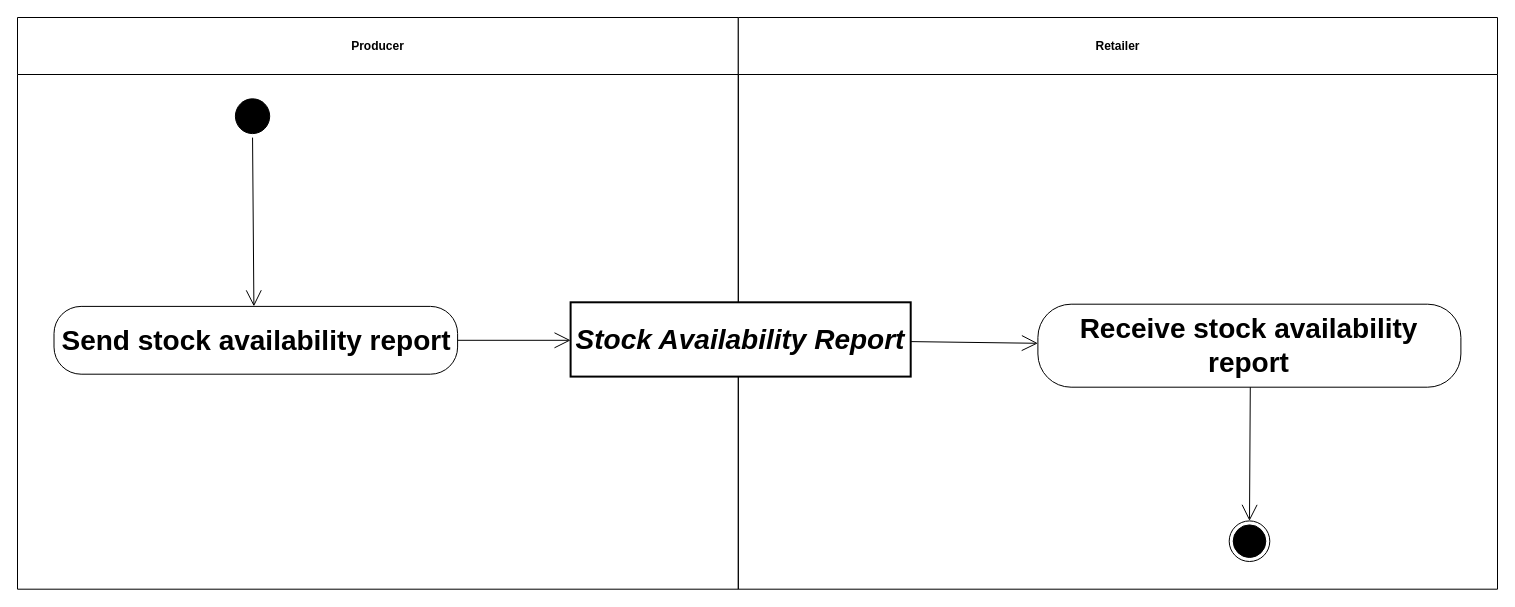
kduvekot/ubl-work-on-svg-images keeps this draw.io diagram as diagrams/UBL-2.2-ROCD-ArticleAvailability/UBL-2.2-ROCD-ArticleAvailability.drawio. Above is the earlier version. Source tidied: cells renumbered, new cells numbered last; positions are measured from the earlier drawing's top-left corner, leaving out a move shared by most shapes. Both pictures are drawn from the tidied source at 100%, with x=0, y=0 at pixel (17, 17).
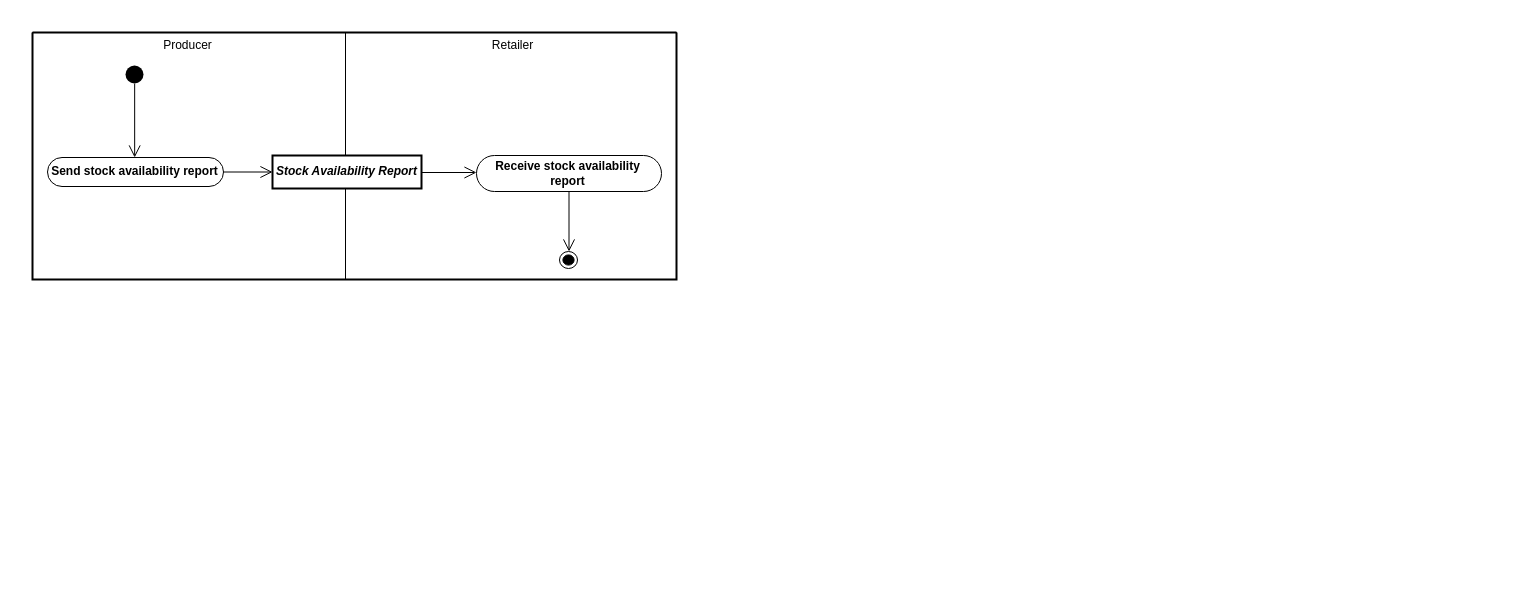
The same page after the edit.

The edit, as a diff of the source:
```diff
@@
 <mxGraphModel>
   <root>
     <mxCell id="0" />
     <mxCell id="1" parent="0" />
+    <mxCell id="13" style="swimlane;html=1;startSize=0;whiteSpace=wrap;fillColor=none;strokeWidth=2;" parent="1" vertex="1">
+      <mxGeometry x="15" y="15" width="644" height="247" as="geometry" />
+    </mxCell>
-    <mxCell id="2" value="Producer" style="swimlane;whiteSpace=wrap;html=1;startSize=57;" parent="1" vertex="1">
-      <mxGeometry width="720.8" height="571.7" as="geometry" />
+    <mxCell id="2" value="Producer" style="swimlane;horizontal=1;startSize=26;swimlaneLine=0;html=1;fillColor=none;fontSize=12;fontStyle=0;spacing=0;spacingRight=4;" parent="13" vertex="1">
+      <mxGeometry width="313" height="247" as="geometry" />
     </mxCell>
-    <mxCell id="3" value="Retailer" style="swimlane;whiteSpace=wrap;html=1;startSize=57;" parent="1" vertex="1">
-      <mxGeometry x="720.8" width="759.2" height="571.7" as="geometry" />
+    <mxCell id="3" value="Retailer" style="swimlane;horizontal=1;startSize=25;swimlaneLine=0;html=1;fillColor=none;fontSize=12;fontStyle=0;spacing=0;spacingLeft=2;" parent="13" vertex="1">
+      <mxGeometry x="313" width="331" height="247" as="geometry" />
     </mxCell>
-    <mxCell id="4" style="ellipse;html=1;shape=startState;fillColor=#000000;strokeColor=#000000;fontFamily=Helvetica;fontSize=28;" parent="1" vertex="1">
-      <mxGeometry x="213.9" y="77.3" width="42.3" height="42.8" as="geometry" />
+    <mxCell id="4" style="ellipse;shape=startState;fillColor=#000000;strokeColor=none;html=1;" parent="2" vertex="1">
+      <mxGeometry x="89" y="29" width="26" height="26" as="geometry" />
     </mxCell>
-    <mxCell id="5" value="Stock Availability Report" style="rounded=0;whiteSpace=wrap;html=1;fontStyle=3;strokeWidth=2;fontFamily=Helvetica;fontSize=28;" parent="1" vertex="1">
-      <mxGeometry x="553.1" y="284.8" width="340.1" height="74.3" as="geometry" />
+    <mxCell id="5" value="Stock Availability Report" style="rounded=0;html=1;whiteSpace=nowrap;fontSize=12;fontStyle=3;align=center;verticalAlign=middle;spacing=0;spacingRight=1;spacingBottom=1;strokeWidth=2;" parent="3" vertex="1">
+      <mxGeometry x="-73" y="123" width="149" height="33" as="geometry" />
     </mxCell>
-    <mxCell id="6" value="Receive stock availability report" style="rounded=1;arcSize=40;whiteSpace=wrap;html=1;fontStyle=1;fontFamily=Helvetica;fontSize=28;" parent="1" vertex="1">
-      <mxGeometry x="1020.4" y="286.7" width="423" height="83" as="geometry" />
+    <mxCell id="6" value="Receive stock availability&lt;br&gt;report" style="rounded=1;absoluteArcSize=1;arcSize=37;html=1;whiteSpace=nowrap;fontSize=12;fontStyle=1;align=center;verticalAlign=middle;spacing=0;spacingRight=3;spacingBottom=1;" parent="3" vertex="1">
+      <mxGeometry x="131" y="123" width="185" height="36" as="geometry" />
     </mxCell>
-    <mxCell id="7" value="Send stock availability report" style="rounded=1;arcSize=40;whiteSpace=wrap;html=1;fontStyle=1;fontFamily=Helvetica;fontSize=28;" parent="1" vertex="1">
-      <mxGeometry x="36.5" y="288.9" width="403.6" height="67.8" as="geometry" />
+    <mxCell id="7" value="Send stock availability report" style="rounded=1;absoluteArcSize=1;arcSize=32;html=1;whiteSpace=nowrap;fontSize=12;fontStyle=1;align=center;verticalAlign=middle;spacing=0;spacingRight=2;spacingBottom=1;" parent="2" vertex="1">
+      <mxGeometry x="15" y="125" width="176" height="29" as="geometry" />
     </mxCell>
-    <mxCell id="8" style="ellipse;html=1;shape=endState;fillColor=#000000;strokeColor=#000000;fontFamily=Helvetica;fontSize=28;" parent="1" vertex="1">
-      <mxGeometry x="1211.7" y="503.4" width="40.6" height="40.6" as="geometry" />
+    <mxCell id="8" style="ellipse;shape=endState;fillColor=#000000;html=1;" parent="3" vertex="1">
+      <mxGeometry x="214" y="219" width="18" height="17" as="geometry" />
     </mxCell>
-    <mxCell id="9" style="edgeStyle=none;rounded=0;html=1;endArrow=open;endFill=0;endSize=14;exitX=0.5106;exitY=1.0;entryX=0.4953;entryY=0.0;" parent="1" edge="1" source="4" target="7">
+    <mxCell id="9" style="edgeStyle=none;rounded=0;html=1;endArrow=open;endFill=0;endSize=10;exitPerimeter=0;entryX=0.4952;entryY=0;entryPerimeter=0;exitX=0.505969;exitY=0.8502;" parent="2" edge="1" source="4" target="7">
       <mxGeometry relative="1" as="geometry" />
     </mxCell>
-    <mxCell id="10" style="edgeStyle=none;rounded=0;html=1;endArrow=open;endFill=0;endSize=14;exitX=1.0;exitY=0.5;entryX=0.0;entryY=0.5114;" parent="1" edge="1" source="7" target="5">
+    <mxCell id="10" style="edgeStyle=none;rounded=0;html=1;endArrow=open;endFill=0;endSize=10;exitX=1;exitY=0.5;exitPerimeter=0;entryX=0;entryY=0.5;entryPerimeter=0;" parent="13" edge="1" source="7" target="5">
       <mxGeometry relative="1" as="geometry" />
     </mxCell>
-    <mxCell id="11" style="edgeStyle=none;rounded=0;html=1;endArrow=open;endFill=0;endSize=14;exitX=1.0;exitY=0.5289;entryX=0.0;entryY=0.4711;" parent="1" edge="1" source="5" target="6">
+    <mxCell id="11" style="edgeStyle=none;rounded=0;html=1;endArrow=open;endFill=0;endSize=10;exitPerimeter=0;entryX=0;entryY=0.4724;entryPerimeter=0;exitX=1;exitY=0.515345;" parent="3" edge="1" source="5" target="6">
       <mxGeometry relative="1" as="geometry" />
     </mxCell>
-    <mxCell id="12" style="edgeStyle=none;rounded=0;html=1;endArrow=open;endFill=0;endSize=14;exitX=0.5021;exitY=1.0;entryX=0.5197;entryY=0.0;" parent="1" edge="1" source="6" target="8">
+    <mxCell id="12" style="edgeStyle=none;rounded=0;html=1;endArrow=open;endFill=0;endSize=10;exitX=0.5;exitY=1;exitPerimeter=0;entryPerimeter=0;entryX=0.527778;entryY=0;" parent="3" edge="1" source="6" target="8">
       <mxGeometry relative="1" as="geometry" />
     </mxCell>
   </root>
 </mxGraphModel>
```
